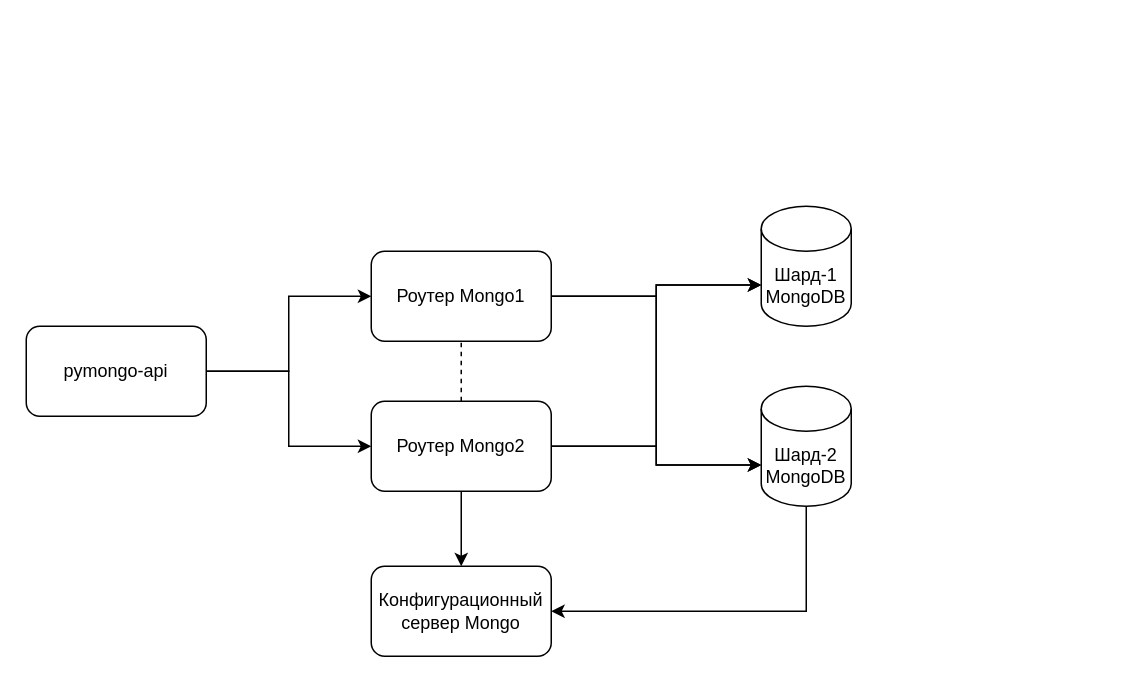
Above: page "1step" (2 of 4) of task1.drawio in schnack/architecture-sprint-2 (draw.io), before the change. Source tidied: cells renumbered, new cells numbered last; positions are measured from the earlier drawing's top-left corner, leaving out a move shared by most shapes. Both pictures are drawn from the tidied source at 150%, with x=0, y=0 at pixel (26, 206).
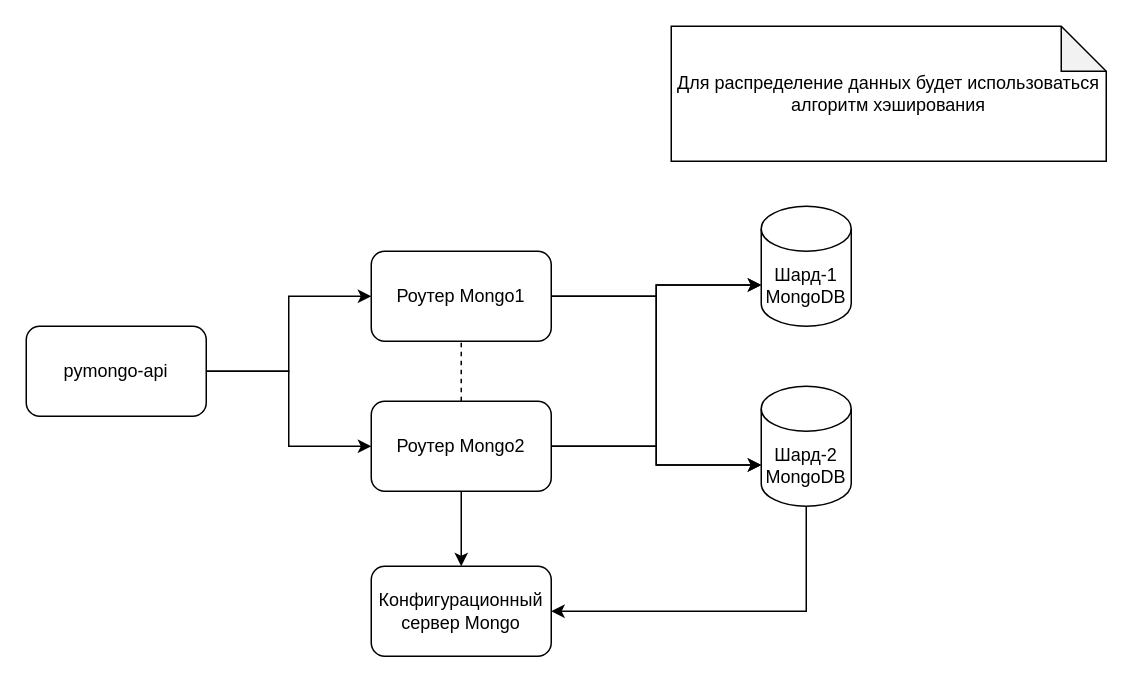
After the change.

Change to the diagram source:
```diff
@@
 <mxGraphModel>
   <root>
     <mxCell id="0" />
     <mxCell id="1" parent="0" />
     <mxCell id="2" style="edgeStyle=orthogonalEdgeStyle;rounded=0;jettySize=auto;html=1;entryX=1;entryY=0.5;entryDx=0;entryDy=0;" parent="1" edge="1" source="3" target="7">
       <mxGeometry relative="1" as="geometry">
         <Array as="points">
           <mxPoint x="520" y="270" />
         </Array>
       </mxGeometry>
     </mxCell>
     <mxCell id="3" value="Шард-2&lt;div&gt;MongoDB&lt;/div&gt;" style="shape=cylinder3;whiteSpace=wrap;html=1;boundedLbl=1;backgroundOutline=1;size=15;" parent="1" vertex="1">
       <mxGeometry x="490" y="120" width="60" height="80" as="geometry" />
     </mxCell>
     <mxCell id="4" style="edgeStyle=orthogonalEdgeStyle;rounded=0;jettySize=auto;html=1;entryX=0;entryY=0.5;entryDx=0;entryDy=0;" parent="1" edge="1" source="6" target="11">
       <mxGeometry relative="1" as="geometry" />
     </mxCell>
     <mxCell id="5" style="edgeStyle=orthogonalEdgeStyle;rounded=0;jettySize=auto;html=1;entryX=0;entryY=0.5;entryDx=0;entryDy=0;" parent="1" edge="1" source="6" target="10">
       <mxGeometry relative="1" as="geometry" />
     </mxCell>
     <mxCell id="6" value="pymongo-api" style="rounded=1;whiteSpace=wrap;html=1;" parent="1" vertex="1">
       <mxGeometry y="80" width="120" height="60" as="geometry" />
     </mxCell>
     <mxCell id="7" value="Конфигурационный сервер Mongo" style="rounded=1;whiteSpace=wrap;html=1;" parent="1" vertex="1">
       <mxGeometry x="230" y="240" width="120" height="60" as="geometry" />
     </mxCell>
     <mxCell id="8" style="edgeStyle=orthogonalEdgeStyle;rounded=0;jettySize=auto;html=1;entryX=0.5;entryY=1;entryDx=0;entryDy=0;endArrow=none;endFill=0;dashed=1;" parent="1" edge="1" source="10" target="11">
       <mxGeometry relative="1" as="geometry" />
     </mxCell>
     <mxCell id="9" style="edgeStyle=orthogonalEdgeStyle;rounded=0;jettySize=auto;html=1;" parent="1" edge="1" source="10" target="7">
       <mxGeometry relative="1" as="geometry" />
     </mxCell>
     <mxCell id="10" value="Роутер Mongo2" style="rounded=1;whiteSpace=wrap;html=1;" parent="1" vertex="1">
       <mxGeometry x="230" y="130" width="120" height="60" as="geometry" />
     </mxCell>
     <mxCell id="11" value="Роутер Mongo1" style="rounded=1;whiteSpace=wrap;html=1;" parent="1" vertex="1">
       <mxGeometry x="230" y="30" width="120" height="60" as="geometry" />
     </mxCell>
     <mxCell id="12" value="Шард-1 MongoDB" style="shape=cylinder3;whiteSpace=wrap;html=1;boundedLbl=1;backgroundOutline=1;size=15;" parent="1" vertex="1">
       <mxGeometry x="490" width="60" height="80" as="geometry" />
     </mxCell>
     <mxCell id="13" style="edgeStyle=orthogonalEdgeStyle;rounded=0;jettySize=auto;html=1;entryX=0;entryY=0;entryDx=0;entryDy=52.5;entryPerimeter=0;" parent="1" edge="1" source="11" target="12">
       <mxGeometry relative="1" as="geometry" />
     </mxCell>
     <mxCell id="14" style="edgeStyle=orthogonalEdgeStyle;rounded=0;jettySize=auto;html=1;entryX=0;entryY=0;entryDx=0;entryDy=52.5;entryPerimeter=0;" parent="1" edge="1" source="10" target="3">
       <mxGeometry relative="1" as="geometry" />
     </mxCell>
     <mxCell id="15" style="edgeStyle=orthogonalEdgeStyle;rounded=0;jettySize=auto;html=1;entryX=0;entryY=0;entryDx=0;entryDy=52.5;entryPerimeter=0;" parent="1" edge="1" source="10" target="12">
       <mxGeometry relative="1" as="geometry" />
     </mxCell>
     <mxCell id="16" style="edgeStyle=orthogonalEdgeStyle;rounded=0;jettySize=auto;html=1;entryX=0;entryY=0;entryDx=0;entryDy=52.5;entryPerimeter=0;" parent="1" edge="1" source="11" target="3">
       <mxGeometry relative="1" as="geometry" />
     </mxCell>
+    <mxCell id="17" value="Для распределение данных будет использоваться алгоритм хэширования" style="shape=note;whiteSpace=wrap;html=1;backgroundOutline=1;darkOpacity=0.05;" parent="1" vertex="1">
+      <mxGeometry x="430" y="-120" width="290" height="90" as="geometry" />
+    </mxCell>
   </root>
 </mxGraphModel>
```
